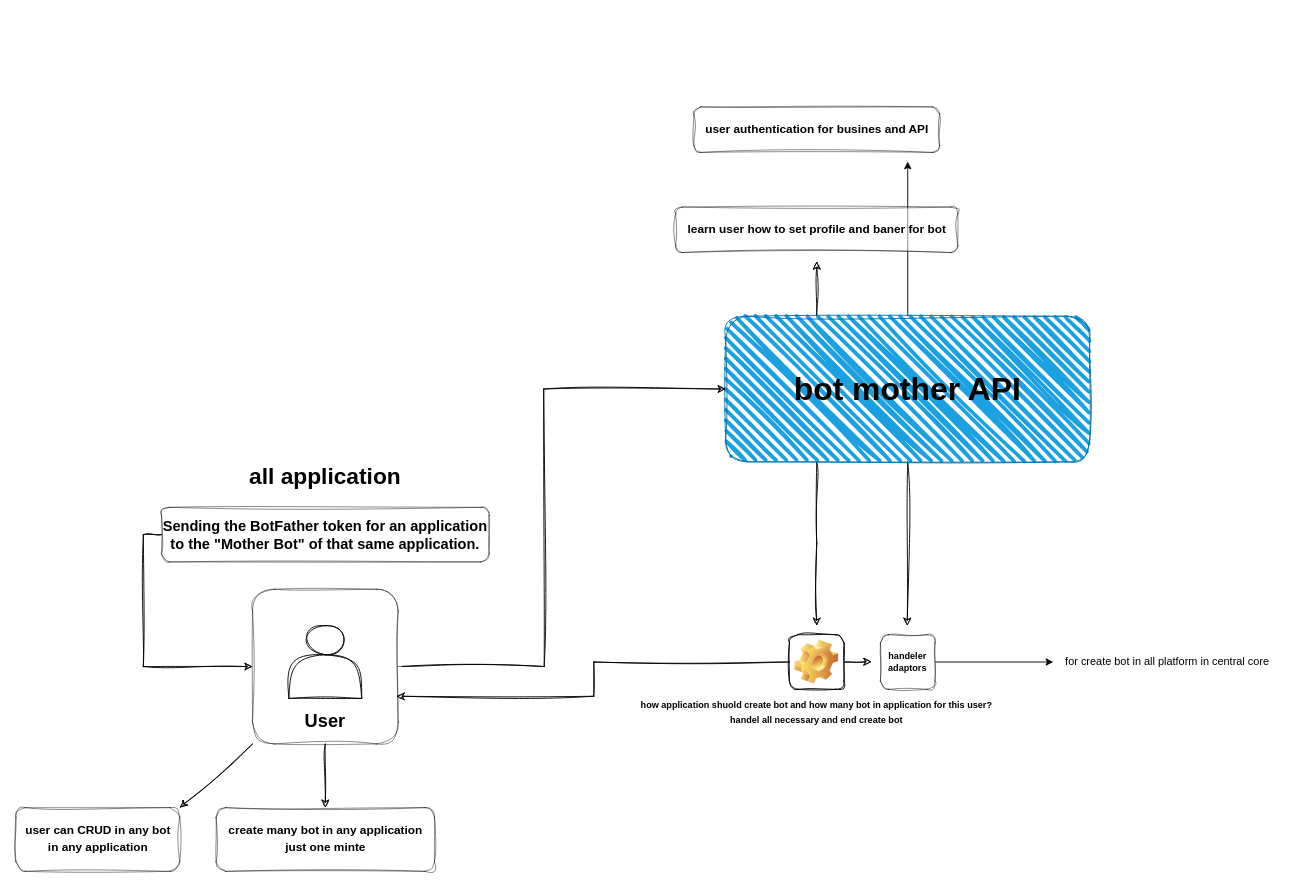
Before: diagram/centralcore/bpcentralcore.drawio in Ehsankhanahmadi/Bot-Platform, a draw.io diagram. Source tidied: cells renumbered, new cells numbered last; positions are measured from the earlier drawing's top-left corner, leaving out a move shared by most shapes. Both pictures are drawn from the tidied source at 91%, with x=0, y=0 at pixel (15, 106).
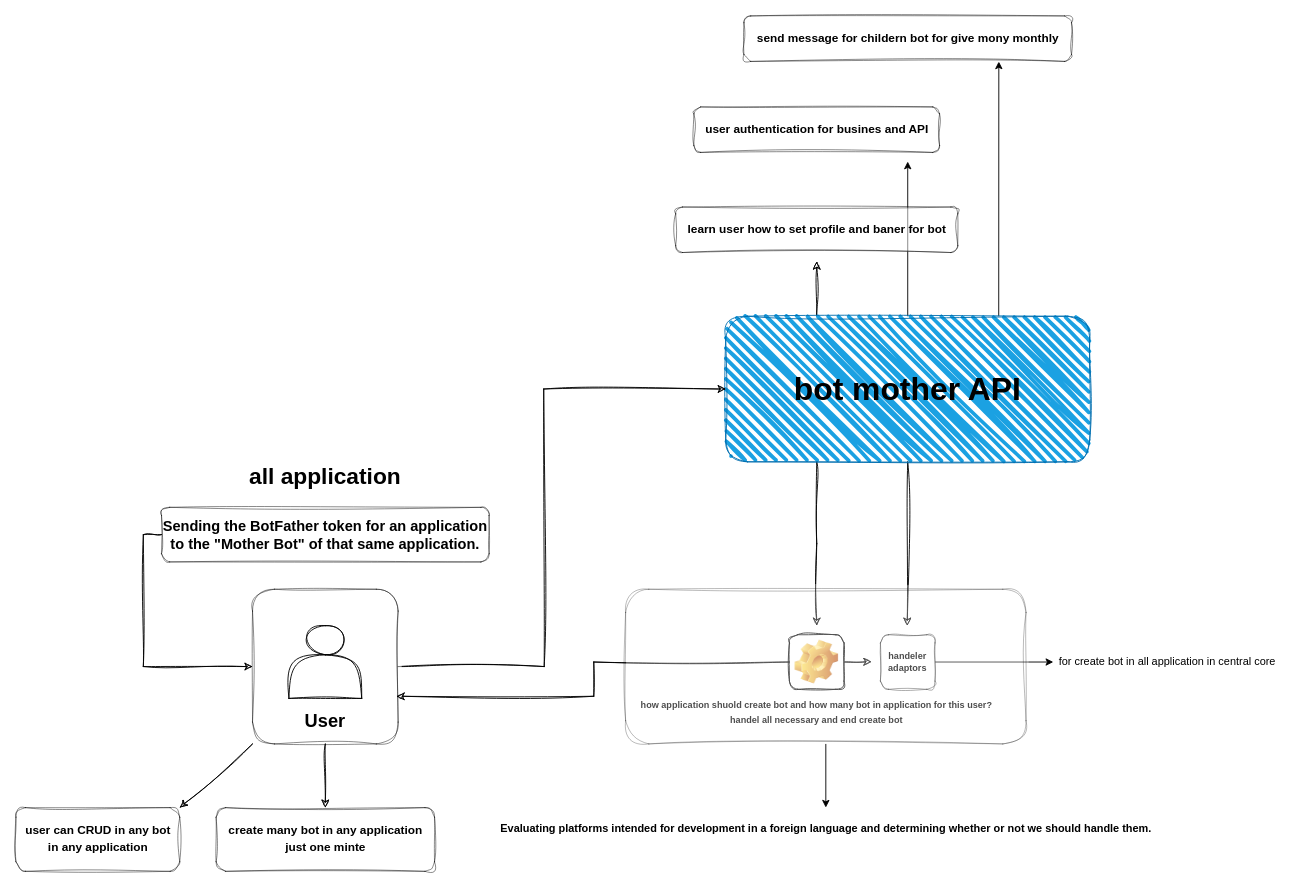
Above is the later version.

The change refers to these unchanged cells:
```xml
<mxCell id="6" value="&lt;h1&gt;&lt;font face=&quot;Helvetica&quot; style=&quot;font-size: 35px; color: light-dark(rgb(0, 0, 0), rgb(255, 255, 255));&quot;&gt;bot mother API&lt;/font&gt;&lt;/h1&gt;" style="rounded=1;whiteSpace=wrap;html=1;strokeWidth=1;fillWeight=4;hachureGap=8;hachureAngle=45;fillColor=light-dark(#1BA1E2,#166294);fontFamily=Architects Daughter;strokeColor=#006EAF;fontColor=#ffffff;fillStyle=hachure;sketch=1;curveFitting=1;jiggle=2;" parent="1" vertex="1">
  <mxGeometry x="780" y="230" width="400" height="160" as="geometry" />
</mxCell>
```

Diff of the diagram source:
```diff
@@
+    <mxCell id="28" style="edgeStyle=none;html=1;exitX=0.75;exitY=0;exitDx=0;exitDy=0;" parent="1" edge="1" source="6">
+      <mxGeometry relative="1" as="geometry">
+        <mxPoint x="1080.1" y="-50" as="targetPoint" />
+      </mxGeometry>
+    </mxCell>
@@
-    <mxCell id="27" value="for create bot in all platform in central core" style="text;html=1;align=center;verticalAlign=middle;strokeColor=none;fillColor=none;" parent="1" vertex="1">
-      <mxGeometry x="1140" y="595" width="250" height="30" as="geometry" />
+    <mxCell id="27" value="for create bot in all application in central core" style="text;html=1;align=center;verticalAlign=middle;strokeColor=none;fillColor=none;" parent="1" vertex="1">
+      <mxGeometry x="1135" y="595" width="260" height="30" as="geometry" />
     </mxCell>
+    <mxCell id="29" style="edgeStyle=none;html=1;exitX=0.5;exitY=1;exitDx=0;exitDy=0;" parent="1" edge="1" source="30">
+      <mxGeometry relative="1" as="geometry">
+        <mxPoint x="890" y="770" as="targetPoint" />
+      </mxGeometry>
+    </mxCell>
+    <mxCell id="30" value="&lt;h1&gt;&lt;br&gt;&lt;/h1&gt;" style="rounded=1;whiteSpace=wrap;html=1;strokeWidth=1;fillWeight=4;hachureGap=8;hachureAngle=45;fontFamily=Architects Daughter;sketch=1;curveFitting=1;jiggle=2;opacity=30;" parent="1" vertex="1">
+      <mxGeometry x="670" y="530" width="440" height="170" as="geometry" />
+    </mxCell>
+    <mxCell id="31" value="&lt;h4&gt;&lt;font&gt;Evaluating platforms intended for development in a foreign language and determining whether or not we should handle them.&lt;/font&gt;&lt;/h4&gt;" style="text;html=1;align=center;verticalAlign=middle;strokeColor=none;fillColor=none;" parent="1" vertex="1">
+      <mxGeometry x="520" y="763" width="740" height="60" as="geometry" />
+    </mxCell>
+    <mxCell id="32" value="&lt;h4 style=&quot;line-height: 20%;&quot;&gt;&lt;span style=&quot;font-size: 13px;&quot;&gt;send message for childern bot for give mony monthly&lt;/span&gt;&lt;/h4&gt;" style="text;html=1;align=center;verticalAlign=middle;fillColor=default;opacity=50;rounded=1;strokeColor=default;spacing=2;sketch=1;curveFitting=1;jiggle=2;" parent="1" vertex="1">
+      <mxGeometry x="800" y="-100" width="360" height="50" as="geometry" />
+    </mxCell>
```
